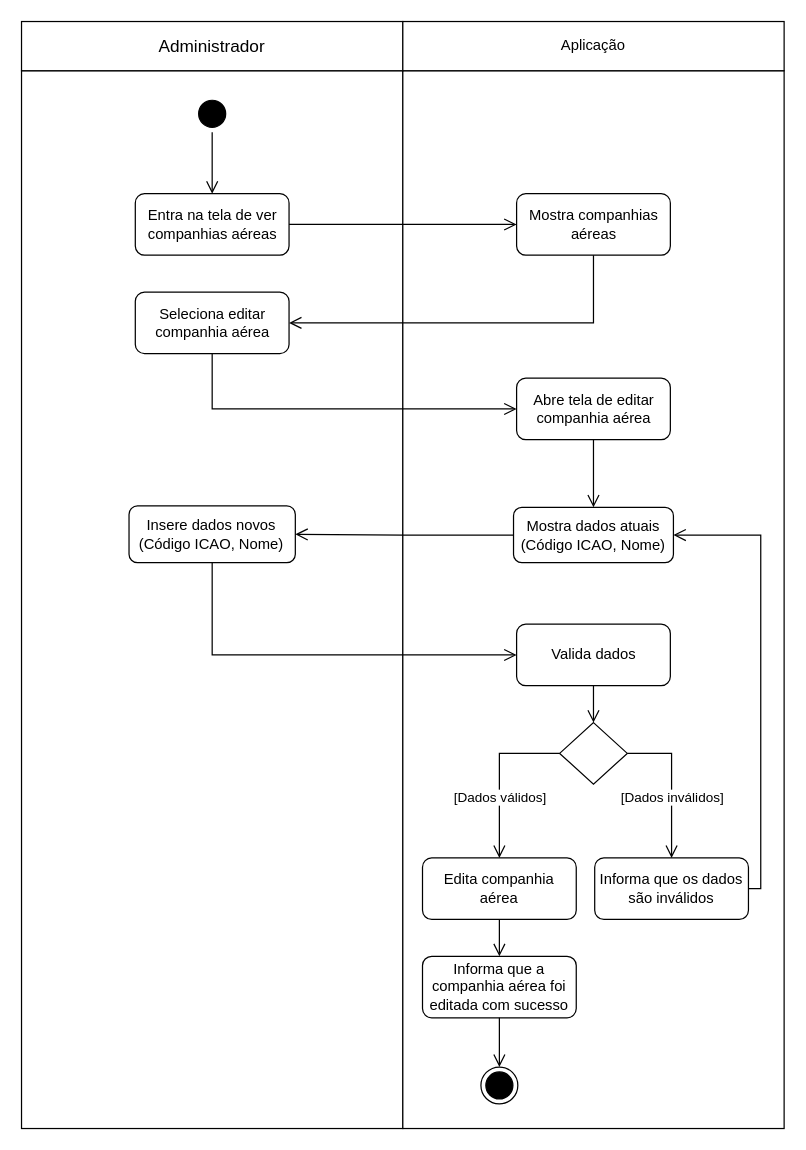
Earlier version of the draw.io diagram Diagramas/Eng_de_Software/Modelos/Atividade/Update_Companhia_Aerea.drawio (GabrielGMori/trabalho-conclus-o-ano). Source tidied: cells renumbered, new cells numbered last; positions are measured from the earlier drawing's top-left corner, leaving out a move shared by most shapes. Both pictures are drawn from the tidied source at 123%, with x=0, y=0 at pixel (21, 21).
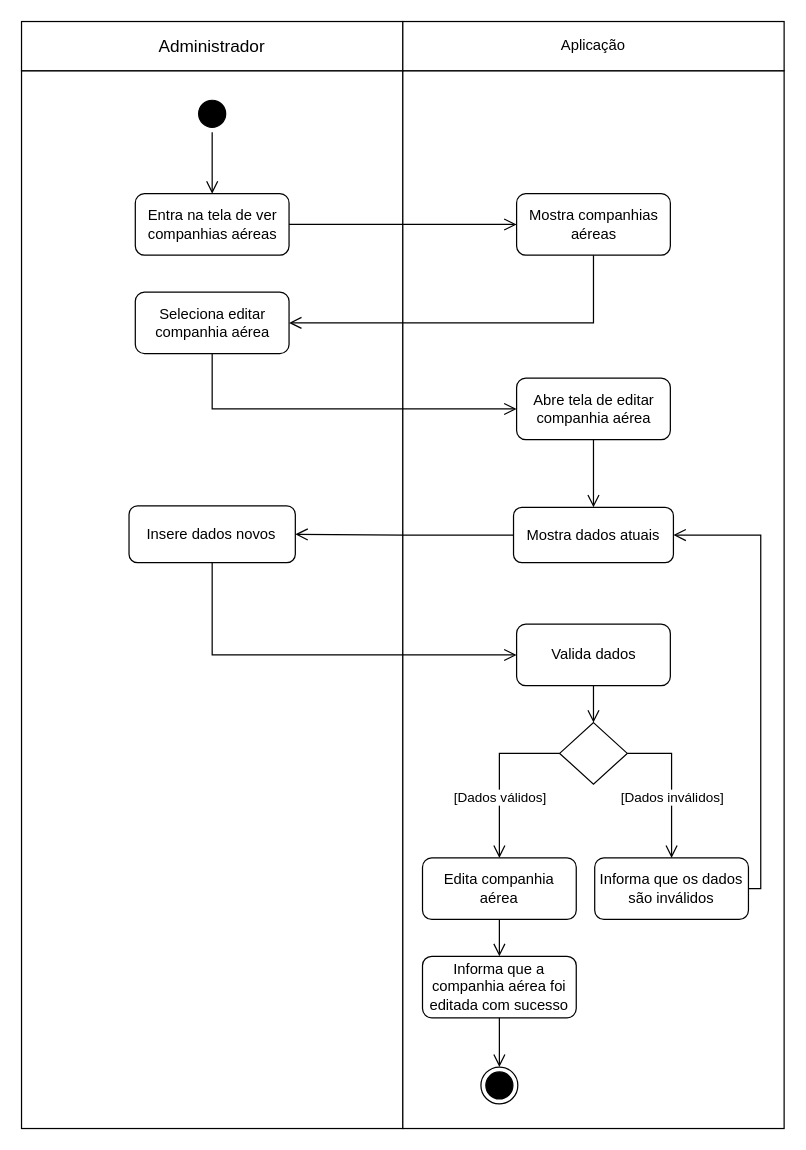
The same page after the edit.

The edit, as a diff of the source:
```diff
@@
-    <mxCell id="9" value="Mostra dados atuais (Código ICAO, Nome)" style="rounded=1;whiteSpace=wrap;html=1;" parent="1" vertex="1">
+    <mxCell id="9" value="Mostra dados atuais" style="rounded=1;whiteSpace=wrap;html=1;" parent="1" vertex="1">
       <mxGeometry x="400" y="395" width="130" height="45" as="geometry" />
     </mxCell>
-    <mxCell id="10" value="Insere dados novos (Código ICAO, Nome)" style="rounded=1;whiteSpace=wrap;html=1;" parent="1" vertex="1">
+    <mxCell id="10" value="Insere dados novos" style="rounded=1;whiteSpace=wrap;html=1;" parent="1" vertex="1">
       <mxGeometry x="87.4" y="393.8" width="135.2" height="46.2" as="geometry" />
     </mxCell>
```
